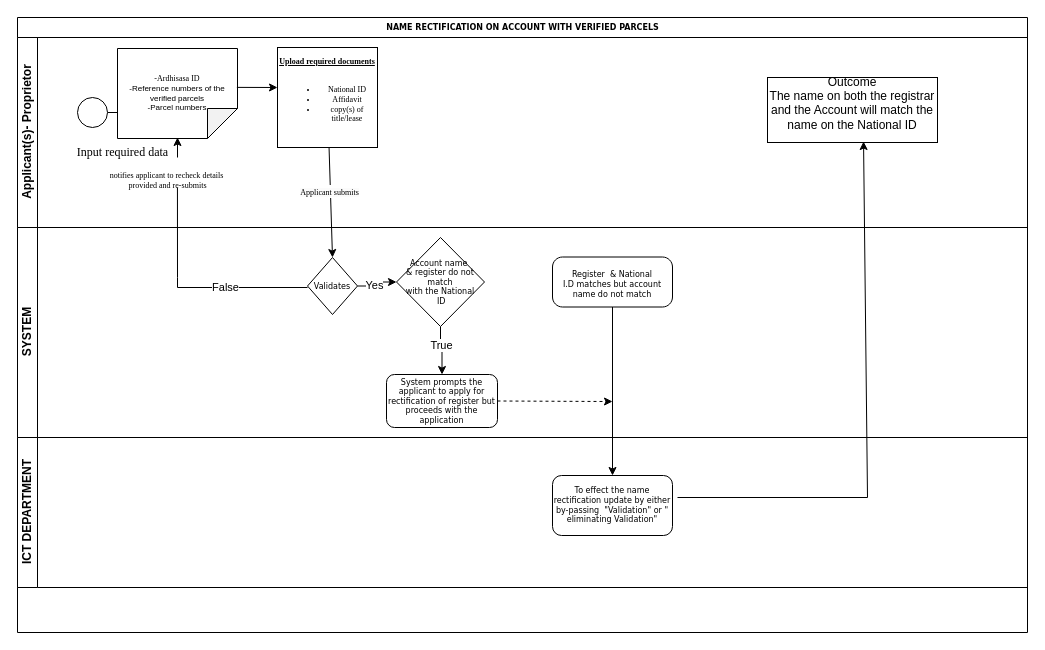
Above: ACCOUNT NAME RECTIFICATION.drawio in NjeriNjeru/BPMN-Geop (draw.io), before the change. Source tidied: cells renumbered, new cells numbered last; positions are measured from the earlier drawing's top-left corner, leaving out a move shared by most shapes. Both pictures are drawn from the tidied source at 100%, with x=0, y=0 at pixel (17, 17).
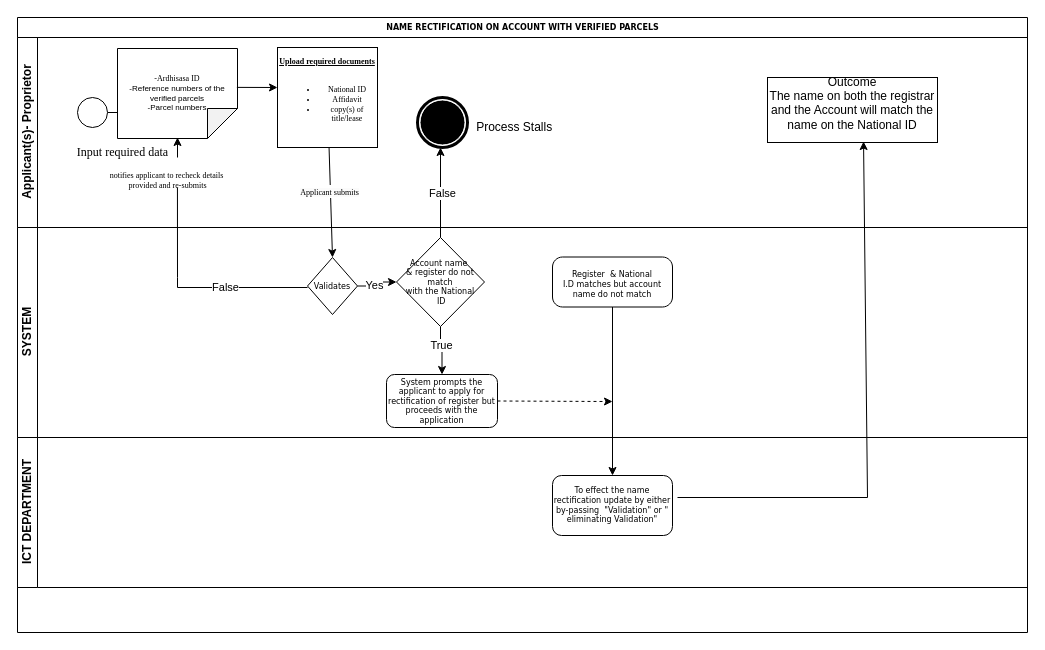
After the change.

Unchanged cells that the change refers to:
```xml
<mxCell id="3" value="Applicant(s)- Proprietor" style="swimlane;html=1;startSize=20;horizontal=0;" parent="2" vertex="1">
  <mxGeometry y="20" width="1010" height="190" as="geometry" />
</mxCell>
<mxCell id="19" value="Account name&amp;nbsp;&lt;div&gt;&amp;amp; register do not match&lt;div&gt;with the National&lt;div&gt;&amp;nbsp;ID&lt;br&gt;&lt;/div&gt;&lt;/div&gt;&lt;/div&gt;" style="strokeWidth=1;html=1;shape=mxgraph.flowchart.decision;whiteSpace=wrap;rounded=1;shadow=0;labelBackgroundColor=none;fontFamily=Verdana;fontSize=8;align=center;" parent="13" vertex="1">
  <mxGeometry x="379" y="10" width="88" height="89" as="geometry" />
</mxCell>
```

The edit, as a diff of the source:
```diff
@@
+    <mxCell id="36" style="shape=mxgraph.bpmn.event;html=1;verticalLabelPosition=bottom;labelBackgroundColor=#ffffff;verticalAlign=top;align=center;perimeter=ellipsePerimeter;outline=end;symbol=terminate;" parent="3" vertex="1">
+      <mxGeometry x="400" y="60" width="50" height="50" as="geometry" />
+    </mxCell>
+    <mxCell id="37" value="&amp;nbsp;Process Stalls" style="text;html=1;align=center;verticalAlign=middle;strokeColor=none;fillColor=none;" parent="3" vertex="1">
+      <mxGeometry x="445" y="75" width="100" height="30" as="geometry" />
+    </mxCell>
@@
+    <mxCell id="38" style="endArrow=classic;html=1;rounded=0;exitX=0.5;exitY=0;exitDx=0;exitDy=0;exitPerimeter=0;" parent="1" edge="1" source="19">
+      <mxGeometry relative="1" as="geometry">
+        <mxPoint x="423" y="130" as="targetPoint" />
+      </mxGeometry>
+    </mxCell>
+    <mxCell id="39" value="False" style="edgeLabel;html=1;align=center;verticalAlign=middle;" parent="38" vertex="1">
+      <mxGeometry y="-1" relative="1" as="geometry" />
+    </mxCell>
```
